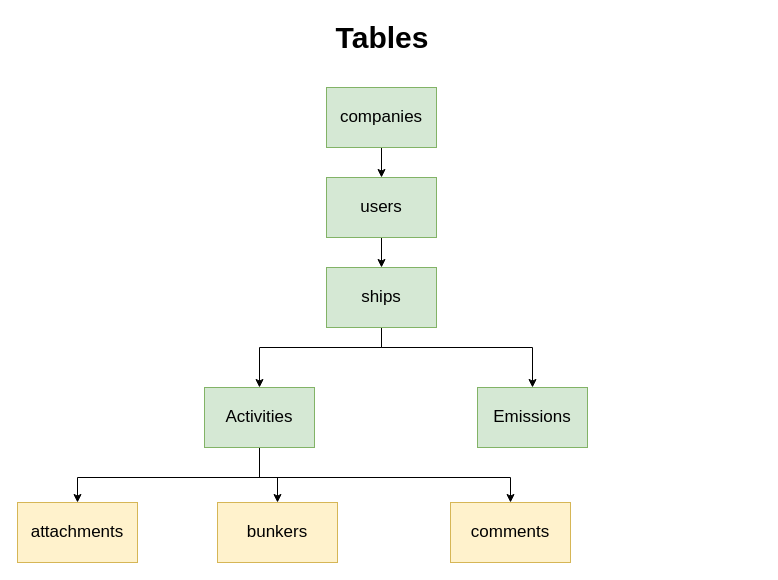
This is page "Main Structure" (2 of 5) of mrvtool.drawio from dagistan-tuncbilek/tasarimlar, a draw.io file, before an edit. Source tidied: cells renumbered, new cells numbered last; positions are measured from the earlier drawing's top-left corner, leaving out a move shared by most shapes. Both pictures are drawn from the tidied source at 100%, with x=0, y=0 at pixel (17, 17).
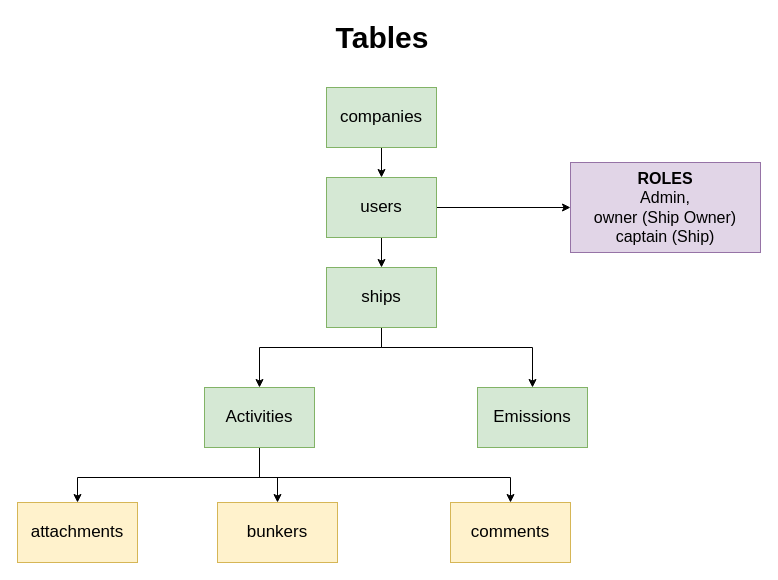
Above is the later version.

Unchanged cells that the change refers to:
```xml
<mxCell id="15" value="users" style="rounded=0;whiteSpace=wrap;html=1;fontSize=17;fillColor=#d5e8d4;strokeColor=#82b366;" parent="1" vertex="1">
  <mxGeometry x="309" y="160" width="110" height="60" as="geometry" />
</mxCell>
```

What changed in the source:
```diff
@@
+    <mxCell id="18" style="edgeStyle=orthogonalEdgeStyle;rounded=0;jettySize=auto;html=1;entryX=0;entryY=0.5;entryDx=0;entryDy=0;fontSize=16;" parent="1" edge="1" source="15" target="19">
+      <mxGeometry relative="1" as="geometry" />
+    </mxCell>
@@
+    <mxCell id="19" value="&lt;div&gt;&lt;b&gt;ROLES&lt;/b&gt;&lt;br&gt;&lt;/div&gt;&lt;div&gt;Admin, &lt;br&gt;&lt;/div&gt;&lt;div&gt;owner (Ship Owner)&lt;br&gt;&lt;/div&gt;&lt;div&gt;captain (Ship)&lt;br&gt;&lt;/div&gt;" style="text;html=1;strokeColor=#9673a6;fillColor=#e1d5e7;align=center;verticalAlign=middle;whiteSpace=wrap;rounded=0;fontSize=16;" parent="1" vertex="1">
+      <mxGeometry x="553" y="145" width="190" height="90" as="geometry" />
+    </mxCell>
```
